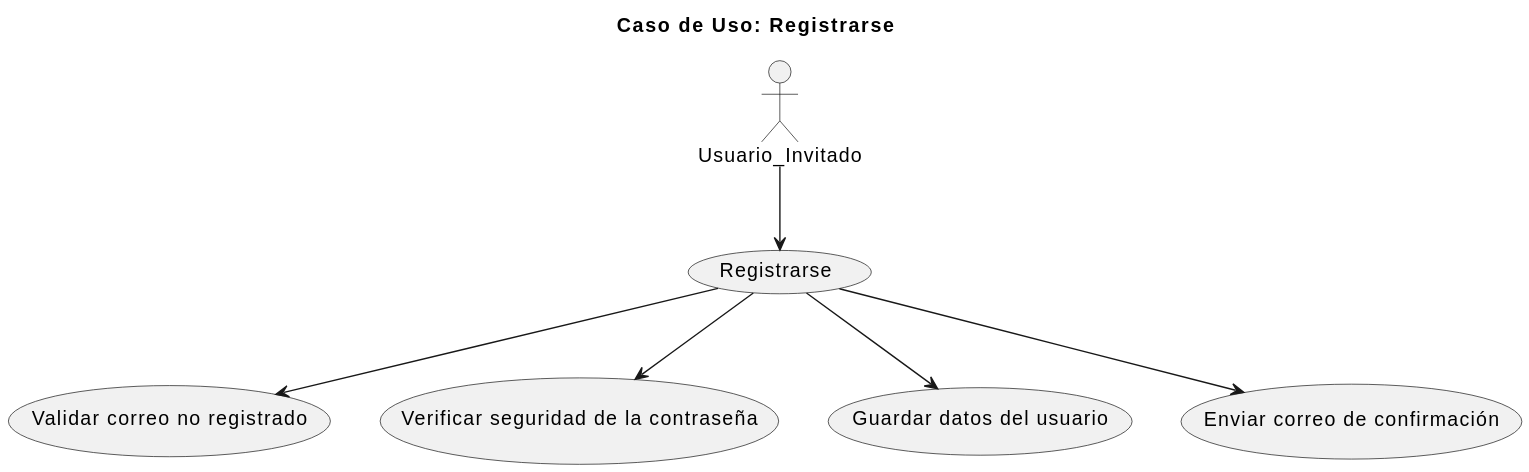
Before: images/modelosUML - SVG/Detallado de CdU/CdU_Registrarse.svg, a diagram exported from PlantUML (mmasias/24-25-IdSw1-SDR).
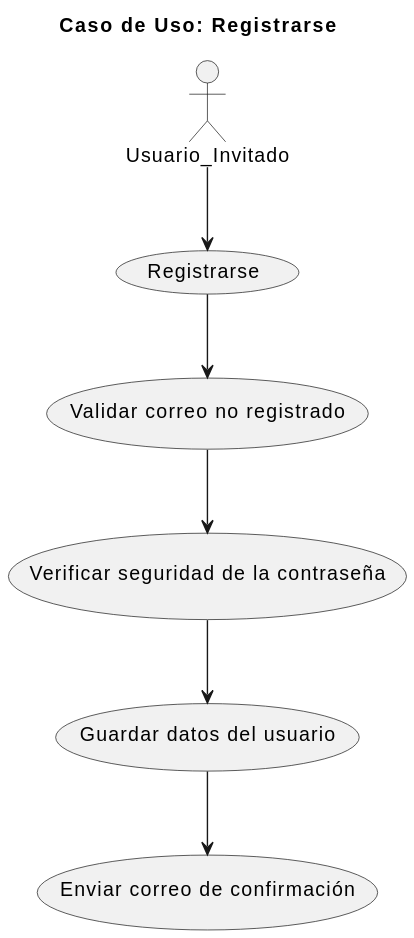
After the commit.

Commit message:
Change CdU_Registrarse to follow a path

What changed in the source:
```diff
@@ -2,7 +2,6 @@
 title Caso de Uso: Registrarse
 
 actor Usuario_Invitado as Usuario
-
 usecase "Registrarse" as Registrarse
 usecase "Validar correo no registrado" as ValidarCorreo
 usecase "Verificar seguridad de la contraseña" as VerificarContrasena
@@ -11,7 +10,7 @@
 
 Usuario --> Registrarse
 Registrarse --> ValidarCorreo
-Registrarse --> VerificarContrasena
-Registrarse --> GuardarDatos
-Registrarse --> EnviarCorreo
+ValidarCorreo --> VerificarContrasena
+VerificarContrasena --> GuardarDatos
+GuardarDatos --> EnviarCorreo
 @enduml
```
